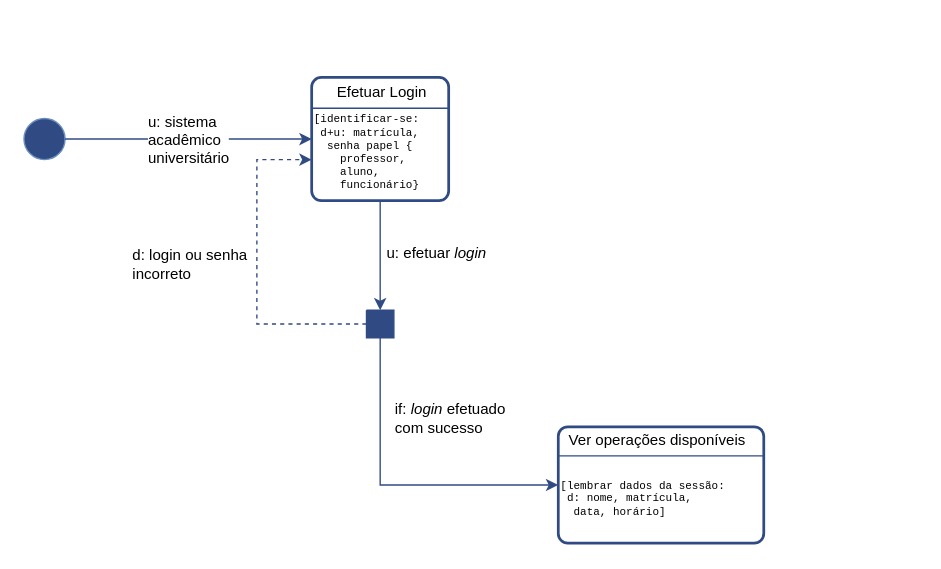
CharlloteM/Diagram_MVP keeps this draw.io diagram as MoLIC_MVP.drawio. Above is the earlier version. Source tidied: cells renumbered, new cells numbered last; positions are measured from the earlier drawing's top-left corner, leaving out a move shared by most shapes. Both pictures are drawn from the tidied source at 137%, with x=0, y=0 at pixel (23, 77).
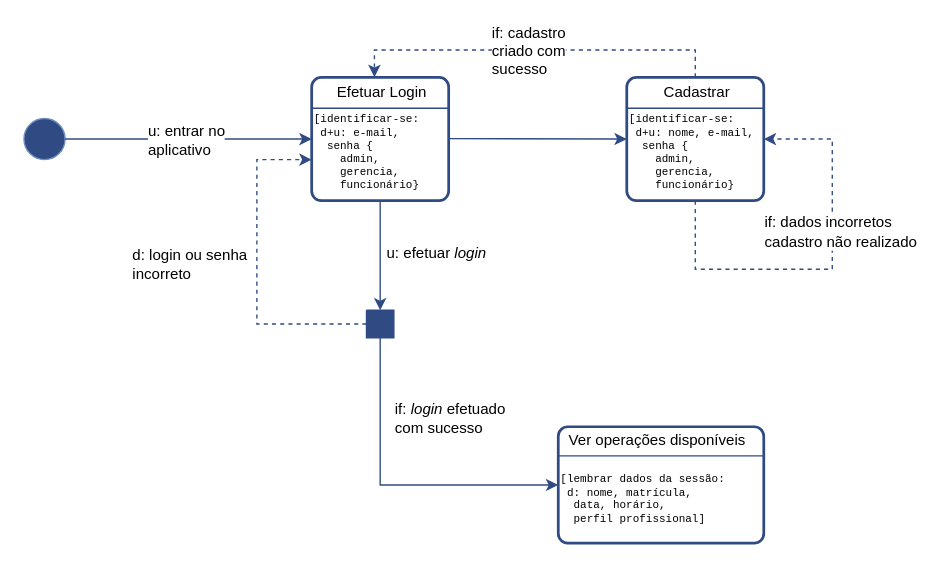
After the change.

The change refers to these unchanged cells:
```xml
<mxCell id="3" style="endArrow=classic;html=1;rounded=0;strokeColor=#304B83;exitX=1;exitY=0.5;exitDx=0;exitDy=0;entryX=0;entryY=0.5;entryDx=0;entryDy=0;" parent="1" edge="1" source="2" target="7">
  <mxGeometry relative="1" as="geometry" />
</mxCell>
```

The edit, as a diff of the source:
```diff
@@
-    <mxCell id="4" value="u: sistema&lt;br&gt;acadêmico&lt;br&gt;universitário" style="edgeLabel;html=1;align=left;verticalAlign=middle;" parent="3" vertex="1">
+    <mxCell id="4" value="&lt;div&gt;u: entrar no&lt;/div&gt;&lt;div&gt;aplicativo&lt;br&gt;&lt;/div&gt;" style="edgeLabel;html=1;align=left;verticalAlign=middle;" parent="3" vertex="1">
       <mxGeometry x="-0.13" relative="1" as="geometry">
         <mxPoint x="-19" as="offset" />
       </mxGeometry>
     </mxCell>
@@
-    <mxCell id="7" value="&lt;pre style=&quot;font-size: 8px;&quot;&gt;&lt;font style=&quot;font-size: 8px;&quot;&gt;&lt;br&gt;&lt;/font&gt;&lt;font style=&quot;font-size: 8px;&quot;&gt;&lt;br/&gt;[identificar-se:&lt;br&gt; d+u: &lt;/font&gt;&lt;font style=&quot;font-size: 8px;&quot;&gt;matrícula,&lt;br&gt;  senha papel {&lt;br&gt;    professor,&lt;br&gt;    aluno,&lt;br&gt;    funcionário}&lt;/font&gt;&lt;/pre&gt;" style="rounded=1;whiteSpace=wrap;html=1;absoluteArcSize=1;arcSize=14;strokeWidth=2;strokeColor=#304B83;align=left;" parent="1" vertex="1">
+    <mxCell id="7" value="&lt;pre style=&quot;font-size: 8px;&quot;&gt;&lt;font style=&quot;font-size: 8px;&quot;&gt;&lt;br&gt;&lt;/font&gt;&lt;font style=&quot;font-size: 8px;&quot;&gt;&lt;br&gt;[identificar-se:&lt;br&gt; d+u: e-mail&lt;/font&gt;&lt;font style=&quot;font-size: 8px;&quot;&gt;,&lt;br&gt;  senha {&lt;br&gt;    admin,&lt;br&gt;    gerencia,&lt;br&gt;    funcionário}&lt;/font&gt;&lt;/pre&gt;" style="rounded=1;whiteSpace=wrap;html=1;absoluteArcSize=1;arcSize=14;strokeWidth=2;strokeColor=#304B83;align=left;" parent="1" vertex="1">
       <mxGeometry x="210" width="100" height="90" as="geometry" />
     </mxCell>
@@
-    <mxCell id="15" value="&lt;pre style=&quot;font-size: 8px;&quot;&gt;&lt;font style=&quot;font-size: 8px;&quot;&gt;&lt;br&gt;&lt;/font&gt;&lt;font style=&quot;font-size: 8px;&quot;&gt;&lt;br&gt;[lembrar dados da sessão:&lt;br&gt; d: nome, matrícula,&lt;br/&gt;  data, horário]&lt;/font&gt;&lt;/pre&gt;" style="rounded=1;whiteSpace=wrap;html=1;absoluteArcSize=1;arcSize=14;strokeWidth=2;strokeColor=#304B83;align=left;" parent="1" vertex="1">
+    <mxCell id="15" value="&lt;pre style=&quot;font-size: 8px;&quot;&gt;&lt;font style=&quot;font-size: 8px;&quot;&gt;&lt;br&gt;&lt;/font&gt;&lt;font style=&quot;font-size: 8px;&quot;&gt;&lt;br&gt;[lembrar dados da sessão:&lt;br&gt; d: nome, matrícula,&lt;br&gt;  data, horário, &lt;br&gt;  perfil profissional]&lt;/font&gt;&lt;/pre&gt;" style="rounded=1;whiteSpace=wrap;html=1;absoluteArcSize=1;arcSize=14;strokeWidth=2;strokeColor=#304B83;align=left;" parent="1" vertex="1">
       <mxGeometry x="390" y="255" width="150" height="85" as="geometry" />
     </mxCell>
@@
+    <mxCell id="18" style="edgeStyle=orthogonalEdgeStyle;rounded=0;jettySize=auto;html=1;exitX=0.5;exitY=1;exitDx=0;exitDy=0;" parent="1" edge="1" source="20">
+      <mxGeometry relative="1" as="geometry">
+        <mxPoint x="490.2" y="90.2" as="targetPoint" />
+      </mxGeometry>
+    </mxCell>
+    <mxCell id="19" style="edgeStyle=orthogonalEdgeStyle;rounded=0;jettySize=auto;html=1;exitX=0.5;exitY=0;exitDx=0;exitDy=0;entryX=0.458;entryY=-0.002;entryDx=0;entryDy=0;entryPerimeter=0;strokeColor=#304B83;dashed=1;" parent="1" edge="1" source="20" target="7">
+      <mxGeometry relative="1" as="geometry" />
+    </mxCell>
+    <mxCell id="20" value="&lt;pre style=&quot;font-size: 8px;&quot;&gt;&lt;font style=&quot;font-size: 8px;&quot;&gt;&lt;br&gt;&lt;/font&gt;&lt;font style=&quot;font-size: 8px;&quot;&gt;&lt;br&gt;[identificar-se:&lt;br&gt; d+u: nome, e-mail&lt;/font&gt;&lt;font style=&quot;font-size: 8px;&quot;&gt;,&lt;br&gt;  senha {&lt;br&gt;    admin,&lt;br&gt;    gerencia,&lt;br&gt;    funcionário}&lt;/font&gt;&lt;/pre&gt;" style="rounded=1;whiteSpace=wrap;html=1;absoluteArcSize=1;arcSize=14;strokeWidth=2;strokeColor=#304B83;align=left;" parent="1" vertex="1">
+      <mxGeometry x="440" width="100" height="90" as="geometry" />
+    </mxCell>
+    <mxCell id="21" style="endArrow=none;html=1;rounded=0;entryX=1;entryY=0.25;entryDx=0;entryDy=0;exitX=0;exitY=0.25;exitDx=0;exitDy=0;strokeColor=#304B83;" parent="1" edge="1" source="20" target="20">
+      <mxGeometry relative="1" as="geometry" />
+    </mxCell>
+    <mxCell id="22" value="Cadastrar" style="edgeLabel;html=1;align=center;verticalAlign=middle;" parent="21" vertex="1">
+      <mxGeometry x="-0.13" relative="1" as="geometry">
+        <mxPoint x="6" y="-12" as="offset" />
+      </mxGeometry>
+    </mxCell>
+    <mxCell id="23" style="edgeStyle=none;jettySize=auto;html=1;rounded=0;entryX=0;entryY=0.5;entryDx=0;entryDy=0;strokeColor=#304B83;" parent="1" edge="1" target="20">
+      <mxGeometry relative="1" as="geometry">
+        <mxPoint x="310" y="44.7" as="sourcePoint" />
+      </mxGeometry>
+    </mxCell>
+    <mxCell id="24" value="&lt;div align=&quot;left&quot;&gt;if: cadastro&lt;/div&gt;&lt;div align=&quot;left&quot;&gt;criado com&lt;/div&gt;&lt;div align=&quot;left&quot;&gt;sucesso&lt;br&gt;&lt;/div&gt;" style="edgeLabel;html=1;align=left;verticalAlign=middle;" parent="1" vertex="1">
+      <mxGeometry x="340" y="-20" as="geometry" />
+    </mxCell>
+    <mxCell id="25" style="edgeStyle=orthogonalEdgeStyle;rounded=0;orthogonalLoop=1;jettySize=auto;html=1;exitX=0.5;exitY=1;exitDx=0;exitDy=0;entryX=1;entryY=0.5;entryDx=0;entryDy=0;dashed=1;strokeColor=#304B83;" parent="1" edge="1" source="20" target="20">
+      <mxGeometry relative="1" as="geometry">
+        <Array as="points">
+          <mxPoint x="490" y="140" />
+          <mxPoint x="590" y="140" />
+          <mxPoint x="590" y="45" />
+        </Array>
+      </mxGeometry>
+    </mxCell>
+    <mxCell id="26" value="&lt;div align=&quot;left&quot;&gt;if: dados incorretos&lt;/div&gt;&lt;div align=&quot;left&quot;&gt;cadastro não realizado&lt;br&gt;&lt;/div&gt;" style="edgeLabel;html=1;align=left;verticalAlign=middle;" parent="1" vertex="1">
+      <mxGeometry x="540" y="110" as="geometry">
+        <mxPoint x="-1" y="2" as="offset" />
+      </mxGeometry>
+    </mxCell>
```
